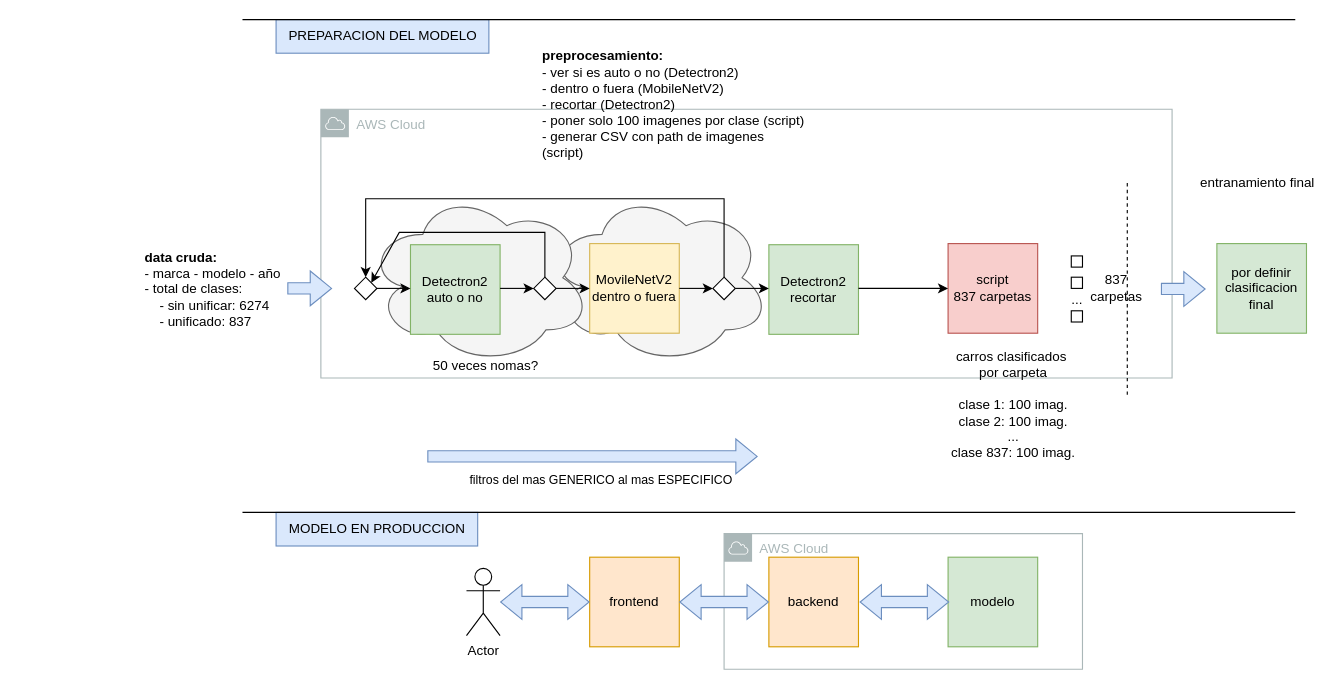
josueelias9/AI-resnet_retraining keeps this draw.io diagram as documentation/Diagrama sin título.drawio. Above is the earlier version. Source tidied: cells renumbered, new cells numbered last; positions are measured from the earlier drawing's top-left corner, leaving out a move shared by most shapes. Both pictures are drawn from the tidied source at 112%, with x=0, y=0 at pixel (142, 19).
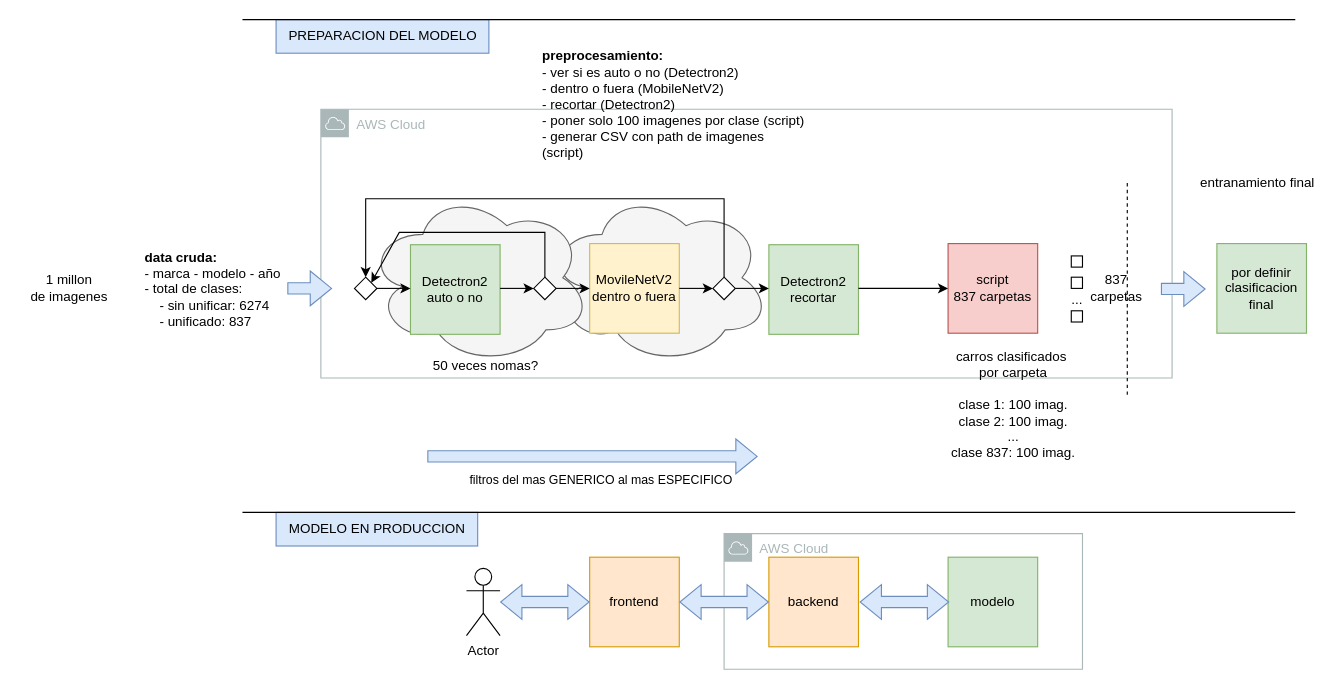
After the change.

The edit, as a diff of the source:
```diff
@@
+    <mxCell id="48" value="1 millon&lt;br&gt;de imagenes" style="text;html=1;align=center;verticalAlign=middle;strokeColor=none;fillColor=none;" parent="1" vertex="1">
+      <mxGeometry x="-110" y="219" width="87" height="41" as="geometry" />
+    </mxCell>
```
